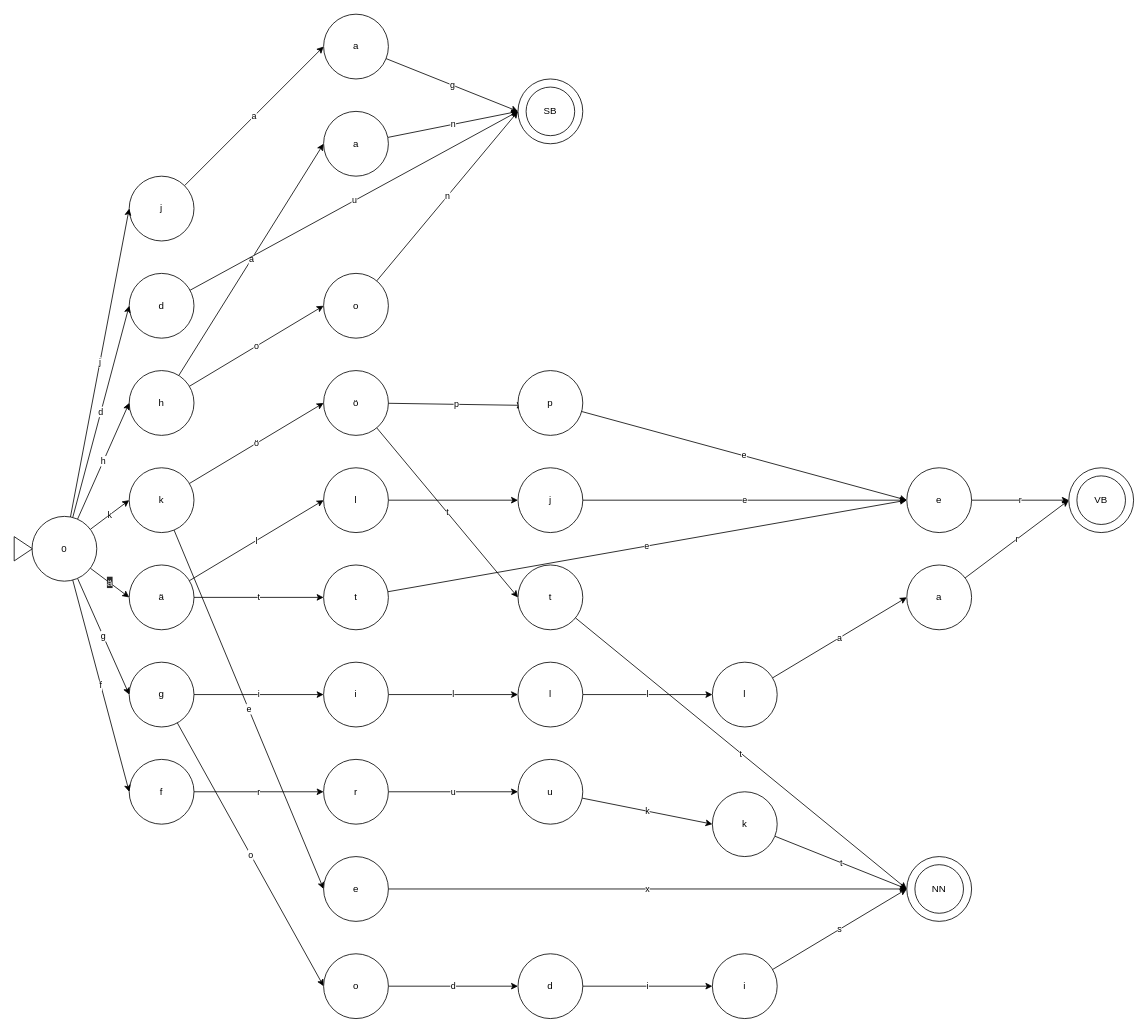
Above: lexical_analyzer.drawio in Kamize/Parser-Website (draw.io), before the change. Source tidied: cells renumbered, new cells numbered last; positions are measured from the earlier drawing's top-left corner, leaving out a move shared by most shapes. Both pictures are drawn from the tidied source at 81%, with x=0, y=0 at pixel (14, 14).
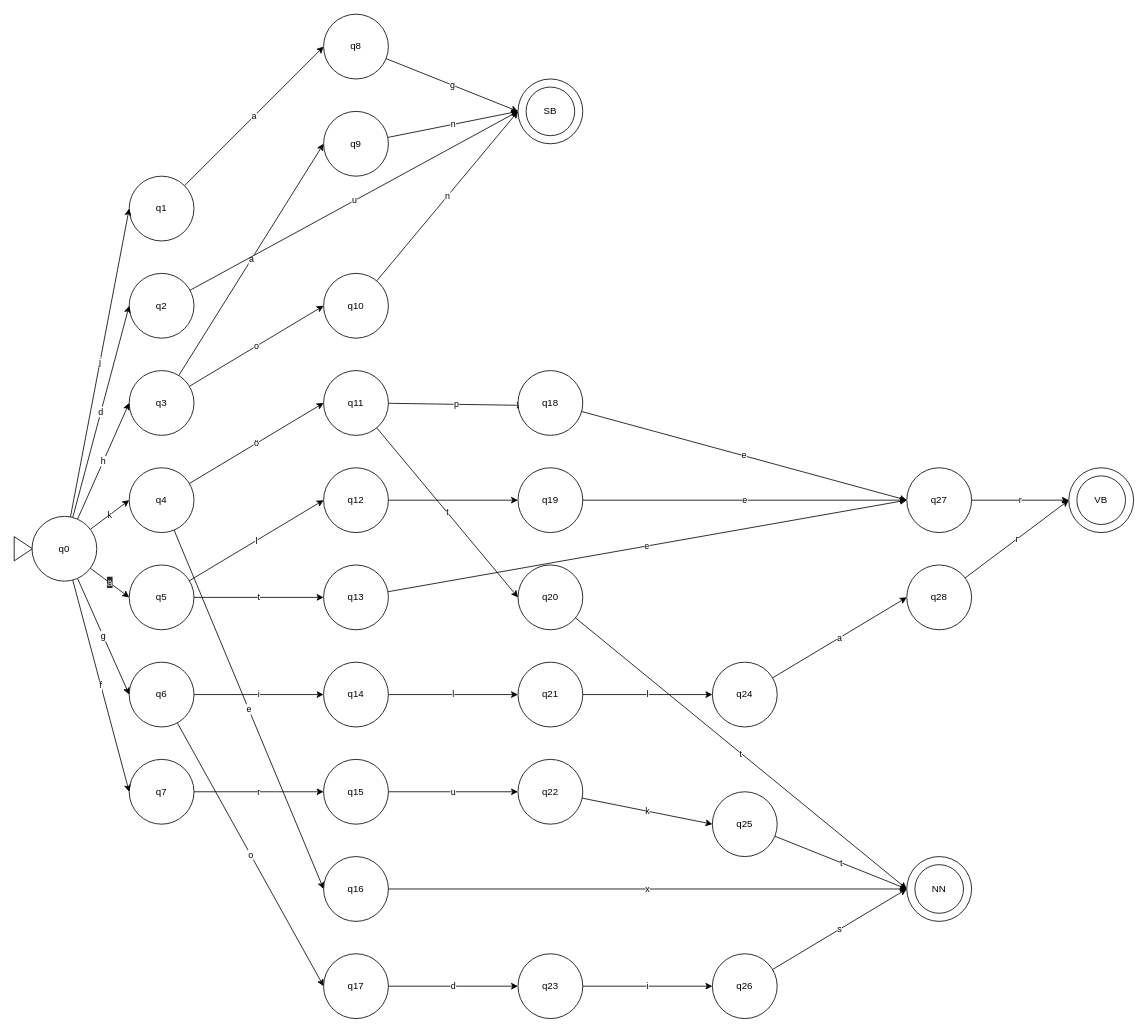
The same page after the edit.

Commit message:
changed fa state from word to qx

What changed in the source:
```diff
@@
-    <mxCell id="3" value="j" style="ellipse;whiteSpace=wrap;html=1;" parent="1" vertex="1">
+    <mxCell id="3" value="q1" style="ellipse;whiteSpace=wrap;html=1;" parent="1" vertex="1">
       <mxGeometry x="142" y="200" width="80" height="80" as="geometry" />
     </mxCell>
@@
-    <mxCell id="6" value="h" style="ellipse;whiteSpace=wrap;html=1;" parent="1" vertex="1">
+    <mxCell id="6" value="q3" style="ellipse;whiteSpace=wrap;html=1;" parent="1" vertex="1">
       <mxGeometry x="142" y="440" width="80" height="80" as="geometry" />
     </mxCell>
@@
-    <mxCell id="8" value="d" style="ellipse;whiteSpace=wrap;html=1;" parent="1" vertex="1">
+    <mxCell id="8" value="q2" style="ellipse;whiteSpace=wrap;html=1;" parent="1" vertex="1">
       <mxGeometry x="142" y="320" width="80" height="80" as="geometry" />
     </mxCell>
@@
-    <mxCell id="10" value="f" style="ellipse;whiteSpace=wrap;html=1;" parent="1" vertex="1">
+    <mxCell id="10" value="q7" style="ellipse;whiteSpace=wrap;html=1;" parent="1" vertex="1">
       <mxGeometry x="142" y="920" width="80" height="80" as="geometry" />
     </mxCell>
@@
-    <mxCell id="13" value="ä" style="ellipse;whiteSpace=wrap;html=1;" parent="1" vertex="1">
+    <mxCell id="13" value="q5" style="ellipse;whiteSpace=wrap;html=1;" parent="1" vertex="1">
       <mxGeometry x="142" y="680" width="80" height="80" as="geometry" />
     </mxCell>
@@
-    <mxCell id="16" value="k" style="ellipse;whiteSpace=wrap;html=1;" parent="1" vertex="1">
+    <mxCell id="16" value="q4" style="ellipse;whiteSpace=wrap;html=1;" parent="1" vertex="1">
       <mxGeometry x="142" y="560" width="80" height="80" as="geometry" />
     </mxCell>
@@
-    <mxCell id="19" value="g" style="ellipse;whiteSpace=wrap;html=1;" parent="1" vertex="1">
+    <mxCell id="19" value="q6" style="ellipse;whiteSpace=wrap;html=1;" parent="1" vertex="1">
       <mxGeometry x="142" y="800" width="80" height="80" as="geometry" />
     </mxCell>
@@
-    <mxCell id="27" value="0" style="ellipse;whiteSpace=wrap;html=1;" parent="1" vertex="1">
+    <mxCell id="27" value="q0" style="ellipse;whiteSpace=wrap;html=1;" parent="1" vertex="1">
       <mxGeometry x="22" y="620" width="80" height="80" as="geometry" />
     </mxCell>
@@
-    <mxCell id="29" value="a" style="ellipse;whiteSpace=wrap;html=1;" parent="1" vertex="1">
+    <mxCell id="29" value="q8" style="ellipse;whiteSpace=wrap;html=1;" parent="1" vertex="1">
       <mxGeometry x="382" width="80" height="80" as="geometry" />
     </mxCell>
@@
-    <mxCell id="31" value="e" style="ellipse;whiteSpace=wrap;html=1;" parent="1" vertex="1">
+    <mxCell id="31" value="q16" style="ellipse;whiteSpace=wrap;html=1;" parent="1" vertex="1">
       <mxGeometry x="382" y="1040" width="80" height="80" as="geometry" />
     </mxCell>
@@
-    <mxCell id="33" value="i" style="ellipse;whiteSpace=wrap;html=1;" parent="1" vertex="1">
+    <mxCell id="33" value="q14" style="ellipse;whiteSpace=wrap;html=1;" parent="1" vertex="1">
       <mxGeometry x="382" y="800" width="80" height="80" as="geometry" />
     </mxCell>
@@
-    <mxCell id="35" value="t" style="ellipse;whiteSpace=wrap;html=1;" parent="1" vertex="1">
+    <mxCell id="35" value="q13" style="ellipse;whiteSpace=wrap;html=1;" parent="1" vertex="1">
       <mxGeometry x="382" y="680" width="80" height="80" as="geometry" />
     </mxCell>
@@
-    <mxCell id="37" value="l" style="ellipse;whiteSpace=wrap;html=1;" parent="1" vertex="1">
+    <mxCell id="37" value="q12" style="ellipse;whiteSpace=wrap;html=1;" parent="1" vertex="1">
       <mxGeometry x="382" y="560" width="80" height="80" as="geometry" />
     </mxCell>
@@
-    <mxCell id="39" value="r" style="ellipse;whiteSpace=wrap;html=1;" parent="1" vertex="1">
+    <mxCell id="39" value="q15" style="ellipse;whiteSpace=wrap;html=1;" parent="1" vertex="1">
       <mxGeometry x="382" y="920" width="80" height="80" as="geometry" />
     </mxCell>
@@
-    <mxCell id="42" value="ö" style="ellipse;whiteSpace=wrap;html=1;" parent="1" vertex="1">
+    <mxCell id="42" value="q11" style="ellipse;whiteSpace=wrap;html=1;" parent="1" vertex="1">
       <mxGeometry x="382" y="440" width="80" height="80" as="geometry" />
     </mxCell>
@@
-    <mxCell id="44" value="o" style="ellipse;whiteSpace=wrap;html=1;" parent="1" vertex="1">
+    <mxCell id="44" value="q10" style="ellipse;whiteSpace=wrap;html=1;" parent="1" vertex="1">
       <mxGeometry x="382" y="320" width="80" height="80" as="geometry" />
     </mxCell>
@@
-    <mxCell id="50" value="j" style="ellipse;whiteSpace=wrap;html=1;fillColor=default;" parent="1" vertex="1">
+    <mxCell id="50" value="q19" style="ellipse;whiteSpace=wrap;html=1;fillColor=default;" parent="1" vertex="1">
       <mxGeometry x="622" y="560" width="80" height="80" as="geometry" />
     </mxCell>
@@
-    <mxCell id="52" value="l" style="ellipse;whiteSpace=wrap;html=1;fillColor=default;" parent="1" vertex="1">
+    <mxCell id="52" value="q21" style="ellipse;whiteSpace=wrap;html=1;fillColor=default;" parent="1" vertex="1">
       <mxGeometry x="622" y="800" width="80" height="80" as="geometry" />
     </mxCell>
@@
-    <mxCell id="54" value="p" style="ellipse;whiteSpace=wrap;html=1;fillColor=default;" parent="1" vertex="1">
+    <mxCell id="54" value="q18" style="ellipse;whiteSpace=wrap;html=1;fillColor=default;" parent="1" vertex="1">
       <mxGeometry x="622" y="440" width="80" height="80" as="geometry" />
     </mxCell>
@@
-    <mxCell id="56" value="l" style="ellipse;whiteSpace=wrap;html=1;fillColor=default;" parent="1" vertex="1">
+    <mxCell id="56" value="q24" style="ellipse;whiteSpace=wrap;html=1;fillColor=default;" parent="1" vertex="1">
       <mxGeometry x="862" y="800" width="80" height="80" as="geometry" />
     </mxCell>
@@
-    <mxCell id="58" value="a" style="ellipse;whiteSpace=wrap;html=1;fillColor=default;" parent="1" vertex="1">
+    <mxCell id="58" value="q28" style="ellipse;whiteSpace=wrap;html=1;fillColor=default;" parent="1" vertex="1">
       <mxGeometry x="1102" y="680" width="80" height="80" as="geometry" />
     </mxCell>
@@
-    <mxCell id="60" value="e" style="ellipse;whiteSpace=wrap;html=1;fillColor=default;" parent="1" vertex="1">
+    <mxCell id="60" value="q27" style="ellipse;whiteSpace=wrap;html=1;fillColor=default;" parent="1" vertex="1">
       <mxGeometry x="1102" y="560" width="80" height="80" as="geometry" />
     </mxCell>
@@
-    <mxCell id="64" value="d" style="ellipse;whiteSpace=wrap;html=1;fillColor=default;" parent="1" vertex="1">
+    <mxCell id="64" value="q23" style="ellipse;whiteSpace=wrap;html=1;fillColor=default;" parent="1" vertex="1">
       <mxGeometry x="622" y="1160" width="80" height="80" as="geometry" />
     </mxCell>
@@
-    <mxCell id="66" value="u" style="ellipse;whiteSpace=wrap;html=1;fillColor=default;" parent="1" vertex="1">
+    <mxCell id="66" value="q22" style="ellipse;whiteSpace=wrap;html=1;fillColor=default;" parent="1" vertex="1">
       <mxGeometry x="622" y="920" width="80" height="80" as="geometry" />
     </mxCell>
@@
-    <mxCell id="68" value="t" style="ellipse;whiteSpace=wrap;html=1;fillColor=default;" parent="1" vertex="1">
+    <mxCell id="68" value="q20" style="ellipse;whiteSpace=wrap;html=1;fillColor=default;" parent="1" vertex="1">
       <mxGeometry x="622" y="680" width="80" height="80" as="geometry" />
     </mxCell>
@@
-    <mxCell id="70" value="k" style="ellipse;whiteSpace=wrap;html=1;fillColor=default;" parent="1" vertex="1">
+    <mxCell id="70" value="q25" style="ellipse;whiteSpace=wrap;html=1;fillColor=default;" parent="1" vertex="1">
       <mxGeometry x="862" y="960" width="80" height="80" as="geometry" />
     </mxCell>
@@
-    <mxCell id="72" value="i" style="ellipse;whiteSpace=wrap;html=1;fillColor=default;" parent="1" vertex="1">
+    <mxCell id="72" value="q26" style="ellipse;whiteSpace=wrap;html=1;fillColor=default;" parent="1" vertex="1">
       <mxGeometry x="862" y="1160" width="80" height="80" as="geometry" />
     </mxCell>
@@
-    <mxCell id="74" value="o" style="ellipse;whiteSpace=wrap;html=1;" parent="1" vertex="1">
+    <mxCell id="74" value="q17" style="ellipse;whiteSpace=wrap;html=1;" parent="1" vertex="1">
       <mxGeometry x="382" y="1160" width="80" height="80" as="geometry" />
     </mxCell>
@@
-    <mxCell id="76" value="a" style="ellipse;whiteSpace=wrap;html=1;" parent="1" vertex="1">
+    <mxCell id="76" value="q9" style="ellipse;whiteSpace=wrap;html=1;" parent="1" vertex="1">
       <mxGeometry x="382" y="120" width="80" height="80" as="geometry" />
     </mxCell>
```
